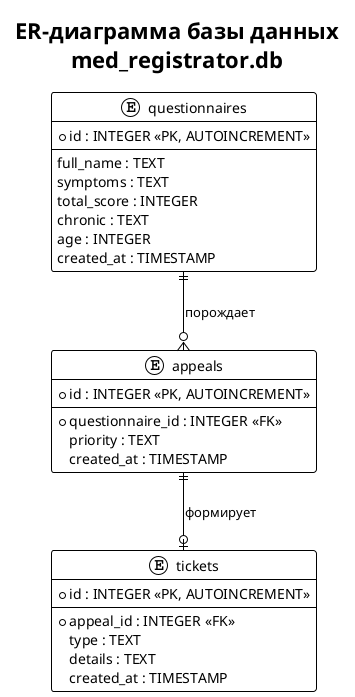
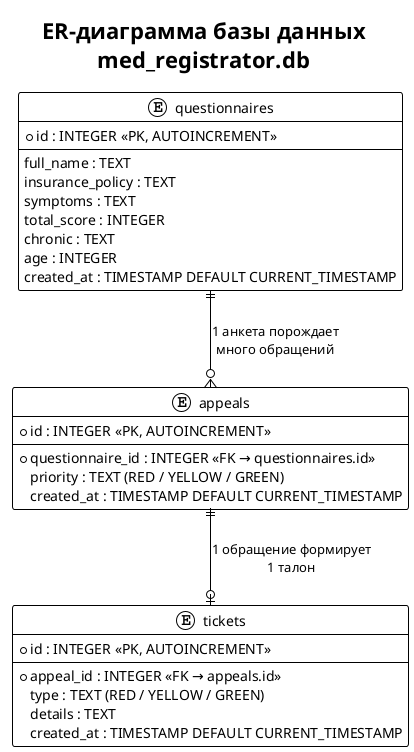
@startuml er
!theme plain
skinparam defaultFontName Arial

title ER-диаграмма базы данных\nmed_registrator.db

entity "questionnaires" as Q {
    * id : INTEGER <<PK, AUTOINCREMENT>>
    --
    full_name : TEXT
+     insurance_policy : TEXT
    symptoms : TEXT
    total_score : INTEGER
    chronic : TEXT
    age : INTEGER
-     created_at : TIMESTAMP
+     created_at : TIMESTAMP DEFAULT CURRENT_TIMESTAMP
}

entity "appeals" as A {
    * id : INTEGER <<PK, AUTOINCREMENT>>
    --
-     * questionnaire_id : INTEGER <<FK>>
-     priority : TEXT
-     created_at : TIMESTAMP
+     * questionnaire_id : INTEGER <<FK → questionnaires.id>>
+     priority : TEXT (RED / YELLOW / GREEN)
+     created_at : TIMESTAMP DEFAULT CURRENT_TIMESTAMP
}

entity "tickets" as T {
    * id : INTEGER <<PK, AUTOINCREMENT>>
    --
-     * appeal_id : INTEGER <<FK>>
-     type : TEXT
+     * appeal_id : INTEGER <<FK → appeals.id>>
+     type : TEXT (RED / YELLOW / GREEN)
    details : TEXT
-     created_at : TIMESTAMP
+     created_at : TIMESTAMP DEFAULT CURRENT_TIMESTAMP
}

- Q ||--o{ A : "порождает"
- A ||--o| T : "формирует"
+ Q ||--o{ A : "1 анкета порождает\nмного обращений"
+ A ||--o| T : "1 обращение формирует\n1 талон"
@enduml